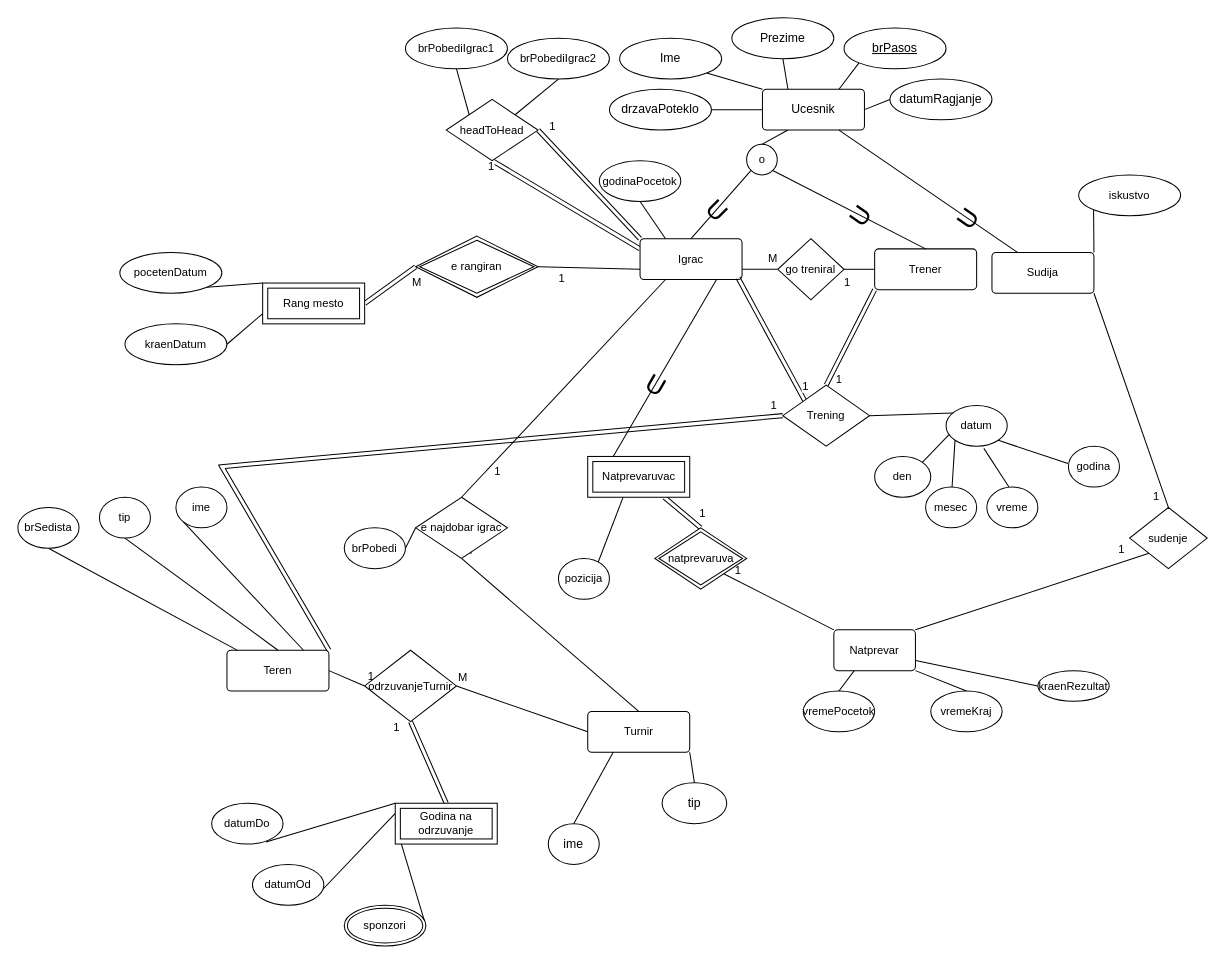
Before: Bazi na podatoci/Lab1/lab1_B.drawio in marin-o/Finki, a draw.io diagram. Source tidied: cells renumbered, new cells numbered last; positions are measured from the earlier drawing's top-left corner, leaving out a move shared by most shapes. Both pictures are drawn from the tidied source at 102%, with x=0, y=0 at pixel (17, 17).
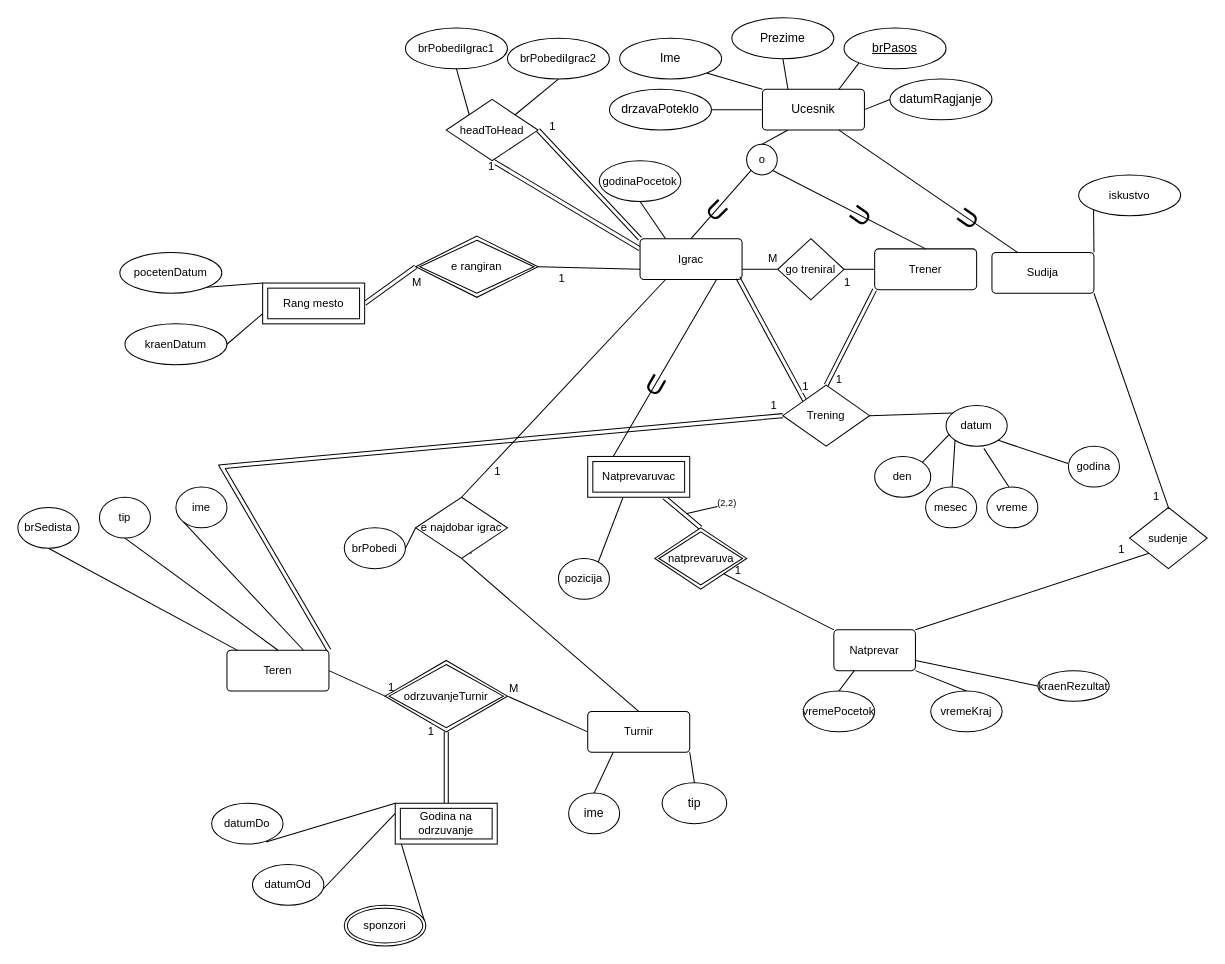
Above is the later version.

Unchanged cells that the change refers to:
```xml
<mxCell id="81" value="Natprevaruvac" style="shape=ext;margin=3;double=1;whiteSpace=wrap;html=1;align=center;fontFamily=Helvetica;fontSize=11;fontColor=default;" parent="1" vertex="1">
  <mxGeometry x="558.7" y="430" width="100" height="40" as="geometry" />
</mxCell>
<mxCell id="84" value="natprevaruva" style="shape=rhombus;double=1;perimeter=rhombusPerimeter;whiteSpace=wrap;html=1;align=center;fontFamily=Helvetica;fontSize=11;fontColor=default;" parent="1" vertex="1">
  <mxGeometry x="624.5" y="500" width="90" height="60" as="geometry" />
</mxCell>
```

Change to the diagram source:
```diff
@@
     <mxCell id="46" value="ime" style="ellipse;whiteSpace=wrap;html=1;align=center;" parent="1" vertex="1">
-      <mxGeometry x="520" y="790" width="50" height="40" as="geometry" />
+      <mxGeometry x="540" y="760" width="50" height="40" as="geometry" />
     </mxCell>
@@
-    <mxCell id="62" value="odrzuvanjeTurnir" style="shape=rhombus;perimeter=rhombusPerimeter;whiteSpace=wrap;html=1;align=center;fontFamily=Helvetica;fontSize=11;fontColor=default;" parent="1" vertex="1">
-      <mxGeometry x="340" y="620" width="90" height="70" as="geometry" />
+    <mxCell id="62" value="odrzuvanjeTurnir" style="shape=rhombus;perimeter=rhombusPerimeter;whiteSpace=wrap;html=1;align=center;fontFamily=Helvetica;fontSize=11;fontColor=default;double=1;" parent="1" vertex="1">
+      <mxGeometry x="360" y="630" width="120" height="70" as="geometry" />
     </mxCell>
@@
-    <mxCell id="80" value="1" style="edgeStyle=none;shape=link;rounded=0;jettySize=auto;html=1;exitX=0.75;exitY=1;exitDx=0;exitDy=0;entryX=0.5;entryY=0;entryDx=0;entryDy=0;labelBackgroundColor=default;strokeColor=default;align=center;verticalAlign=middle;fontFamily=Helvetica;fontSize=11;fontColor=default;endArrow=none;endFill=0;width=-3.913043478260869;" parent="1" edge="1" source="81" target="84">
-      <mxGeometry x="0.65" y="12" relative="1" as="geometry" />
+    <mxCell id="80" style="edgeStyle=none;shape=link;rounded=0;jettySize=auto;html=1;exitX=0.75;exitY=1;exitDx=0;exitDy=0;entryX=0.5;entryY=0;entryDx=0;entryDy=0;labelBackgroundColor=default;strokeColor=default;align=center;verticalAlign=middle;fontFamily=Helvetica;fontSize=11;fontColor=default;endArrow=none;endFill=0;width=-3.913043478260869;" parent="1" edge="1" source="81" target="84">
+      <mxGeometry x="0.79" y="22" relative="1" as="geometry" />
     </mxCell>
@@
+    <mxCell id="109" value="&lt;font style=&quot;font-size: 9px;&quot;&gt;(2,2)&lt;/font&gt;" style="text;html=1;align=center;verticalAlign=middle;strokeColor=none;fillColor=none;labelPadding=0;" parent="1" vertex="1">
+      <mxGeometry x="674.5" y="460" width="40" height="30" as="geometry" />
+    </mxCell>
+    <mxCell id="110" style="endArrow=none;html=1;rounded=0;" parent="1" edge="1">
+      <mxGeometry relative="1" as="geometry">
+        <mxPoint x="656" y="486" as="sourcePoint" />
+        <mxPoint x="686" y="479" as="targetPoint" />
+      </mxGeometry>
+    </mxCell>
```
